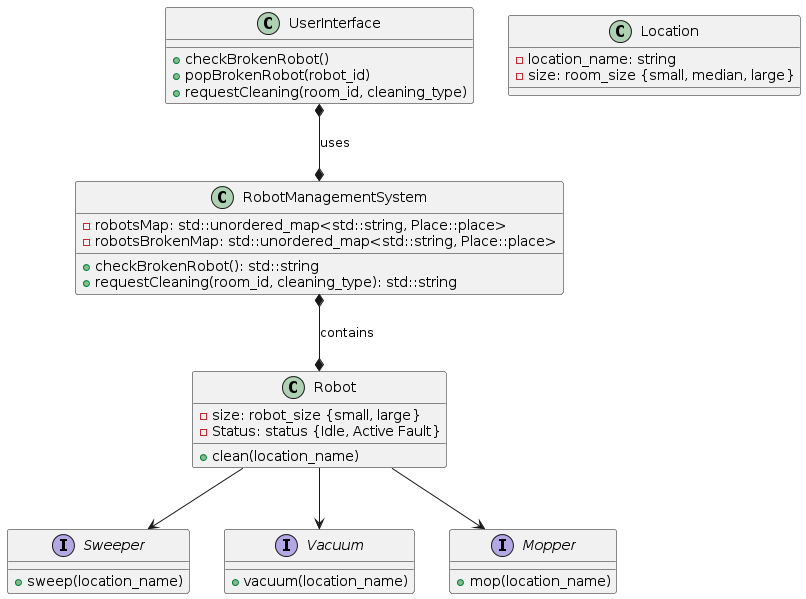
Earlier version of the PlantUML export docs/design/class_diagram/overview_class_diagram_v2.png (ur-cs-courses/course-project-silver-bullet). Its diagram source:
```plantuml
@startuml

class Robot {
    - size: robot_size {small, large}
    - Status: status {Idle, Active Fault}
    + clean(location_name)
}

interface Sweeper {
    + sweep(location_name)
}

interface Vacuum {
    + vacuum(location_name)
}

interface Mopper {
    + mop(location_name)
}

class Location {
    - location_name: string
    - size: room_size {small, median, large}
}

class UserInterface {
  + checkBrokenRobot()
  + popBrokenRobot(robot_id)
  + requestCleaning(room_id, cleaning_type)
}

class RobotManagementSystem {
  - robotsMap: std::unordered_map<std::string, Place::place>
  - robotsBrokenMap: std::unordered_map<std::string, Place::place>
  + checkBrokenRobot(): std::string
  + requestCleaning(room_id, cleaning_type): std::string
}



Robot --> Sweeper
Robot --> Vacuum
Robot --> Mopper

UserInterface *--* RobotManagementSystem: uses
RobotManagementSystem *--* Robot : contains
@enduml
```
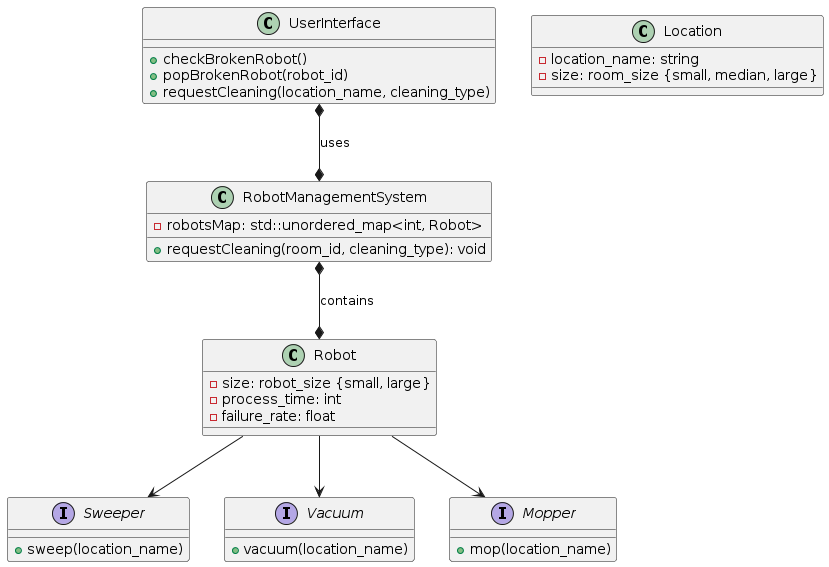
After the commit.

Commit message:
class-diagram-clean-up

Diff of the diagram source:
```diff
@@ -2,8 +2,8 @@
 
 class Robot {
     - size: robot_size {small, large}
-    - Status: status {Idle, Active Fault}
-    + clean(location_name)
+    - process_time: int
+    - failure_rate: float
 }
 
 interface Sweeper {
@@ -26,14 +26,12 @@
 class UserInterface {
   + checkBrokenRobot()
   + popBrokenRobot(robot_id)
-  + requestCleaning(room_id, cleaning_type)
+  + requestCleaning(location_name, cleaning_type)
 }
 
 class RobotManagementSystem {
-  - robotsMap: std::unordered_map<std::string, Place::place>
-  - robotsBrokenMap: std::unordered_map<std::string, Place::place>
-  + checkBrokenRobot(): std::string
-  + requestCleaning(room_id, cleaning_type): std::string
+  - robotsMap: std::unordered_map<int, Robot>
+  + requestCleaning(room_id, cleaning_type): void
 }
 
 
```
